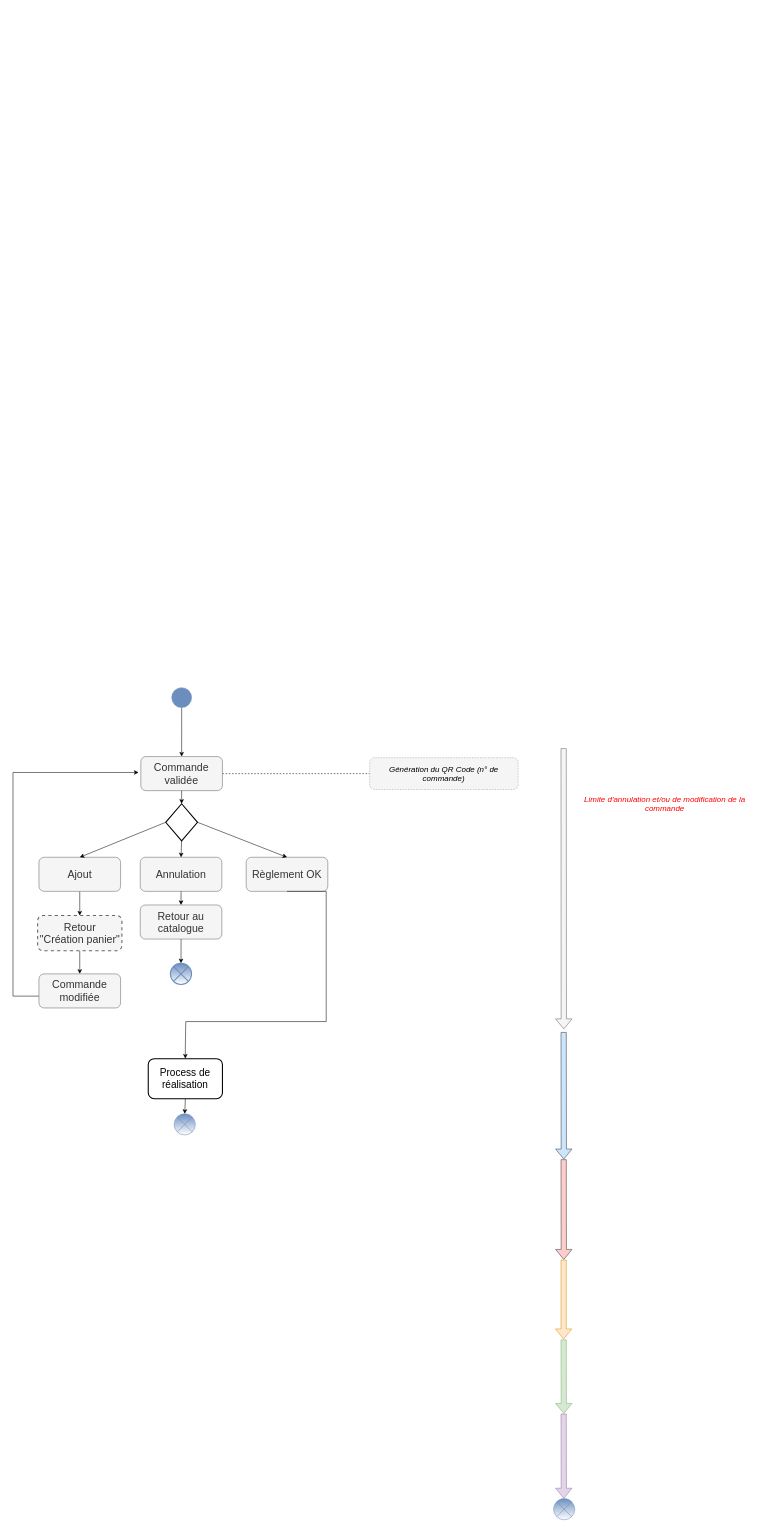
Earlier version of the draw.io diagram Client/Modif/Annulation.drawio (OMorlotti/P4-analyser-les-besoin-de-mon-client-pour-son-groupe-de-pizzerias). Source tidied: cells renumbered, new cells numbered last; positions are measured from the earlier drawing's top-left corner, leaving out a move shared by most shapes. Both pictures are drawn from the tidied source at 53%, with x=0, y=0 at pixel (13, 9).
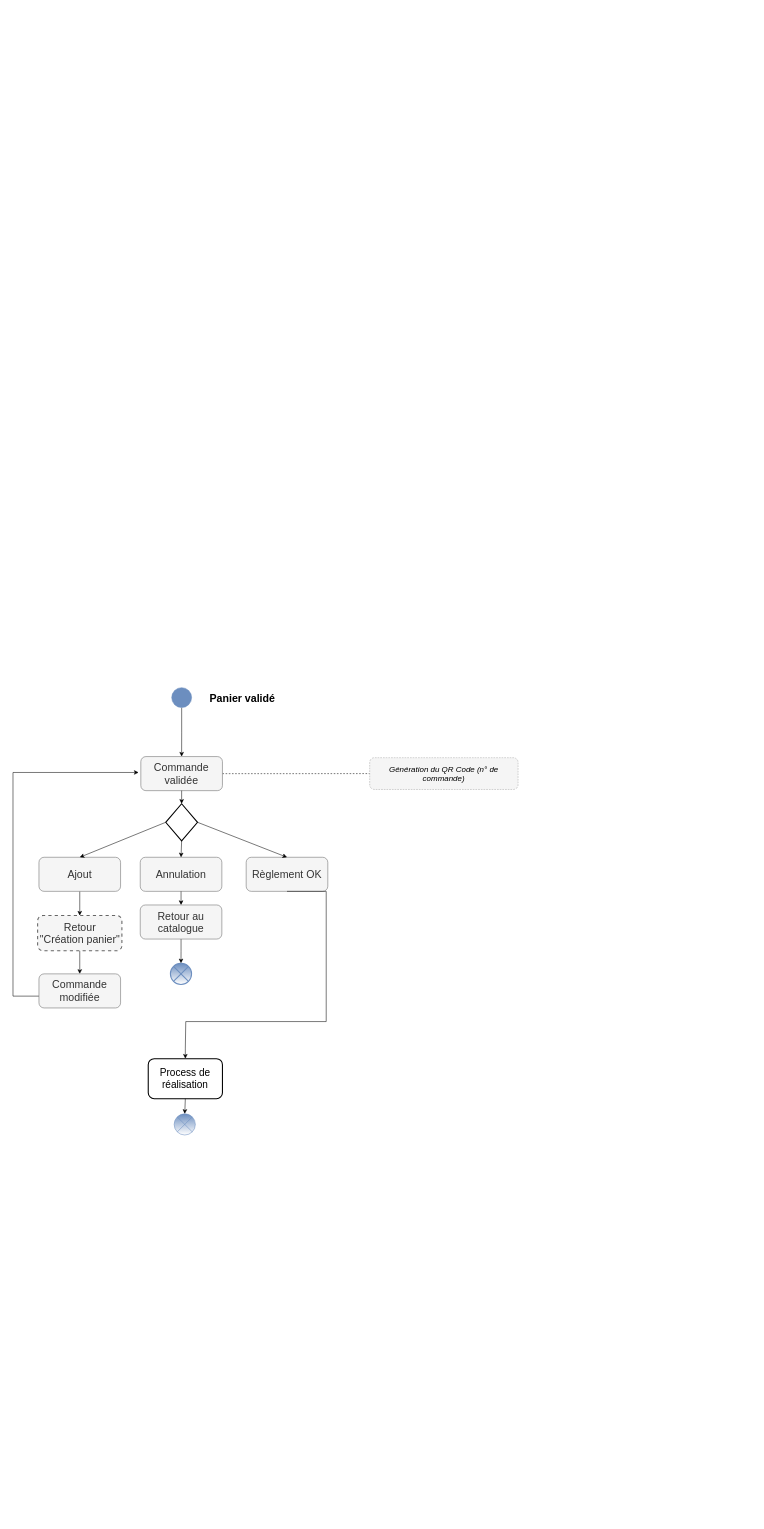
The same page after the edit.

Diff of the diagram source:
```diff
@@
-    <mxCell id="4" value="&lt;font color=&quot;#ff0000&quot; style=&quot;font-size: 15px&quot;&gt;Limite d'annulation et/ou de modification de la commande&lt;br&gt;&lt;/font&gt;" style="text;html=1;strokeColor=none;fillColor=none;align=center;verticalAlign=middle;whiteSpace=wrap;rounded=0;fontStyle=2;dashed=1;" parent="1" vertex="1">
-      <mxGeometry x="1060" y="1474.3" width="340" height="50" as="geometry" />
-    </mxCell>
-    <mxCell id="5" style="shape=flexArrow;endArrow=classic;html=1;fillColor=#cce5ff;strokeColor=#36393d;" parent="1" edge="1">
-      <mxGeometry relative="1" as="geometry">
-        <mxPoint x="1039" y="1930" as="sourcePoint" />
-        <mxPoint x="1039.3" y="2170" as="targetPoint" />
-      </mxGeometry>
-    </mxCell>
-    <mxCell id="6" style="shape=flexArrow;endArrow=classic;html=1;fillColor=#f5f5f5;strokeColor=#666666;" parent="1" edge="1">
-      <mxGeometry relative="1" as="geometry">
-        <mxPoint x="1039" y="1394.4" as="sourcePoint" />
-        <mxPoint x="1039.3" y="1924.4" as="targetPoint" />
-      </mxGeometry>
-    </mxCell>
-    <mxCell id="7" style="shape=flexArrow;endArrow=classic;html=1;fillColor=#ffcccc;strokeColor=#36393d;" parent="1" edge="1">
-      <mxGeometry relative="1" as="geometry">
-        <mxPoint x="1039" y="2170" as="sourcePoint" />
-        <mxPoint x="1039.3" y="2359.4" as="targetPoint" />
-      </mxGeometry>
-    </mxCell>
-    <mxCell id="8" style="shape=flexArrow;endArrow=classic;html=1;fillColor=#ffe6cc;strokeColor=#d79b00;" parent="1" edge="1">
-      <mxGeometry relative="1" as="geometry">
-        <mxPoint x="1039" y="2359.4" as="sourcePoint" />
-        <mxPoint x="1039" y="2509.4" as="targetPoint" />
-      </mxGeometry>
-    </mxCell>
-    <mxCell id="9" style="shape=flexArrow;endArrow=classic;html=1;fillColor=#d5e8d4;strokeColor=#82b366;" parent="1" edge="1">
-      <mxGeometry relative="1" as="geometry">
-        <mxPoint x="1039" y="2510" as="sourcePoint" />
-        <mxPoint x="1039.3" y="2650" as="targetPoint" />
-      </mxGeometry>
-    </mxCell>
     <mxCell id="10" value="&lt;font color=&quot;#000000&quot; style=&quot;font-size: 28px&quot;&gt;&lt;b&gt;&lt;br&gt;&lt;/b&gt;&lt;/font&gt;" style="text;html=1;strokeColor=none;fillColor=none;align=center;verticalAlign=middle;whiteSpace=wrap;rounded=0;fontColor=#FF99CC;" parent="1" vertex="1">
-      <mxGeometry x="270" width="590" height="110" as="geometry" />
+      <mxGeometry x="260" y="1950" width="590" height="110" as="geometry" />
     </mxCell>
@@
-    <mxCell id="13" style="shape=sumEllipse;perimeter=ellipsePerimeter;whiteSpace=wrap;html=1;backgroundOutline=1;fillColor=#6C8EBF;gradientColor=#ffffff;strokeColor=#6C8EBF;" parent="1" vertex="1">
-      <mxGeometry x="1020" y="2810" width="40" height="40" as="geometry" />
-    </mxCell>
@@
-    <mxCell id="29" style="shape=flexArrow;endArrow=classic;html=1;fillColor=#e1d5e7;strokeColor=#9673a6;" parent="1" edge="1">
-      <mxGeometry relative="1" as="geometry">
-        <mxPoint x="1039" y="2650" as="sourcePoint" />
-        <mxPoint x="1039.3" y="2810" as="targetPoint" />
-      </mxGeometry>
-    </mxCell>
@@
+    <mxCell id="37" value="&lt;font style=&quot;font-size: 20px&quot;&gt;&lt;b&gt;Panier validé&lt;/b&gt;&lt;/font&gt;" style="text;html=1;strokeColor=none;fillColor=none;align=center;verticalAlign=middle;whiteSpace=wrap;rounded=0;" parent="1" vertex="1">
+      <mxGeometry x="353" y="1288.8" width="160" height="20" as="geometry" />
+    </mxCell>
```
